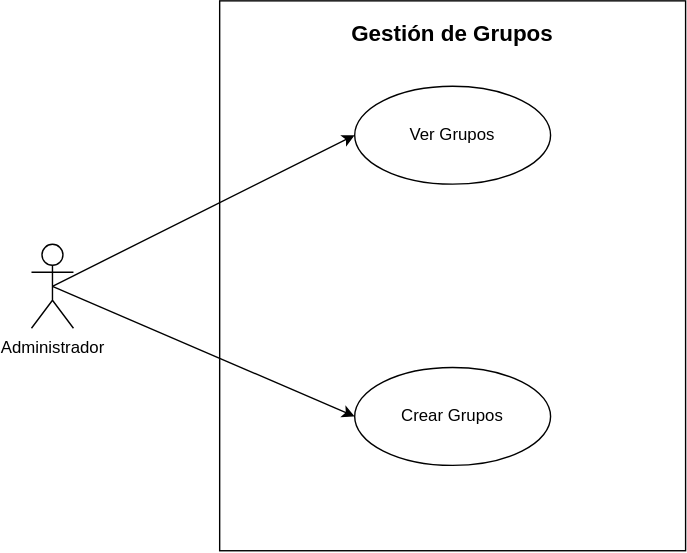
Earlier version of the draw.io export docs/diagrams/use case/Gestión de grupos.svg (Manco312/Enjambre-EAFIT). Source tidied: cells renumbered, new cells last; positions are measured from the earlier drawing's top-left corner, leaving out a move shared by most shapes. Source of this version:
```xml
<mxGraphModel>
  <root>
    <mxCell id="0" />
    <mxCell id="1" parent="0" />
    <mxCell id="2" style="rounded=0;whiteSpace=wrap;html=1;fillColor=none;" parent="1" vertex="1">
      <mxGeometry x="134.5" width="333" height="393" as="geometry" />
    </mxCell>
    <mxCell id="3" value="Administrador" style="shape=umlActor;verticalLabelPosition=bottom;verticalAlign=top;html=1;outlineConnect=0;" parent="1" vertex="1">
      <mxGeometry y="174" width="30" height="60" as="geometry" />
    </mxCell>
    <mxCell id="4" value="Ver Grupos" style="ellipse;whiteSpace=wrap;html=1;" parent="1" vertex="1">
      <mxGeometry x="231" y="61" width="140" height="70" as="geometry" />
    </mxCell>
    <mxCell id="5" value="Crear Grupos" style="ellipse;whiteSpace=wrap;html=1;" parent="1" vertex="1">
      <mxGeometry x="231" y="262" width="140" height="70" as="geometry" />
    </mxCell>
    <mxCell id="6" value="Gestión de Grupos" style="text;html=1;whiteSpace=wrap;strokeColor=none;fillColor=none;align=center;verticalAlign=middle;rounded=0;fontSize=16;fontStyle=1;" parent="1" vertex="1">
      <mxGeometry x="204" y="8" width="194" height="30" as="geometry" />
    </mxCell>
    <mxCell id="7" style="endArrow=classic;html=1;rounded=0;entryX=0;entryY=0.5;entryDx=0;entryDy=0;exitX=0.5;exitY=0.5;exitDx=0;exitDy=0;exitPerimeter=0;" parent="1" edge="1" source="3" target="4">
      <mxGeometry relative="1" as="geometry" />
    </mxCell>
    <mxCell id="8" style="endArrow=classic;html=1;rounded=0;entryX=0;entryY=0.5;entryDx=0;entryDy=0;exitX=0.5;exitY=0.5;exitDx=0;exitDy=0;exitPerimeter=0;" parent="1" edge="1" source="3" target="5">
      <mxGeometry relative="1" as="geometry" />
    </mxCell>
  </root>
</mxGraphModel>
```
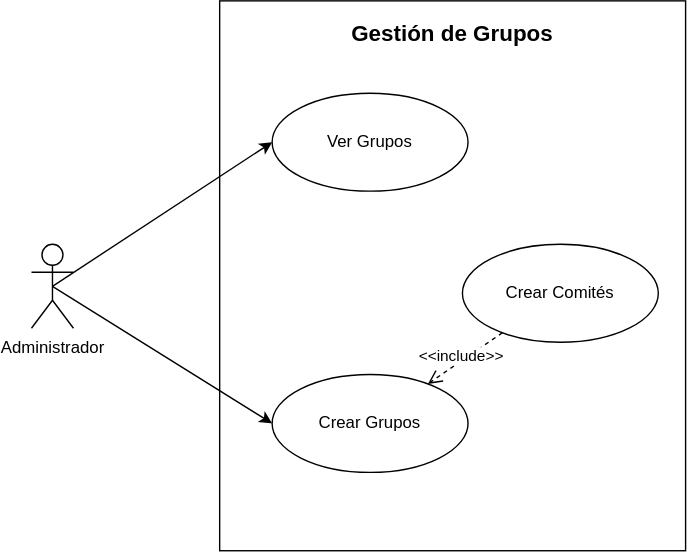
Later version of the same file.

What changed in the source:
```diff
@@ -1,4 +1,4 @@
-<mxGraphModel>
+<mxGraphModel background="light-dark(#ffffff, #121212)">
   <root>
     <mxCell id="0" />
     <mxCell id="1" parent="0" />
@@ -9,10 +9,10 @@
       <mxGeometry y="174" width="30" height="60" as="geometry" />
     </mxCell>
     <mxCell id="4" value="Ver Grupos" style="ellipse;whiteSpace=wrap;html=1;" parent="1" vertex="1">
-      <mxGeometry x="231" y="61" width="140" height="70" as="geometry" />
+      <mxGeometry x="172" y="66" width="140" height="70" as="geometry" />
     </mxCell>
     <mxCell id="5" value="Crear Grupos" style="ellipse;whiteSpace=wrap;html=1;" parent="1" vertex="1">
-      <mxGeometry x="231" y="262" width="140" height="70" as="geometry" />
+      <mxGeometry x="172" y="267" width="140" height="70" as="geometry" />
     </mxCell>
     <mxCell id="6" value="Gestión de Grupos" style="text;html=1;whiteSpace=wrap;strokeColor=none;fillColor=none;align=center;verticalAlign=middle;rounded=0;fontSize=16;fontStyle=1;" parent="1" vertex="1">
       <mxGeometry x="204" y="8" width="194" height="30" as="geometry" />
@@ -23,5 +23,11 @@
     <mxCell id="8" style="endArrow=classic;html=1;rounded=0;entryX=0;entryY=0.5;entryDx=0;entryDy=0;exitX=0.5;exitY=0.5;exitDx=0;exitDy=0;exitPerimeter=0;" parent="1" edge="1" source="3" target="5">
       <mxGeometry relative="1" as="geometry" />
     </mxCell>
+    <mxCell id="9" value="Crear Comités" style="ellipse;whiteSpace=wrap;html=1;" parent="1" vertex="1">
+      <mxGeometry x="308" y="174" width="140" height="70" as="geometry" />
+    </mxCell>
+    <mxCell id="10" value="&amp;lt;&amp;lt;include&amp;gt;&amp;gt;" style="html=1;verticalAlign=bottom;endArrow=open;dashed=1;endSize=8;curved=0;rounded=0;" parent="1" edge="1" source="9" target="5">
+      <mxGeometry x="0.21" y="4" relative="1" as="geometry" />
+    </mxCell>
   </root>
 </mxGraphModel>
```
